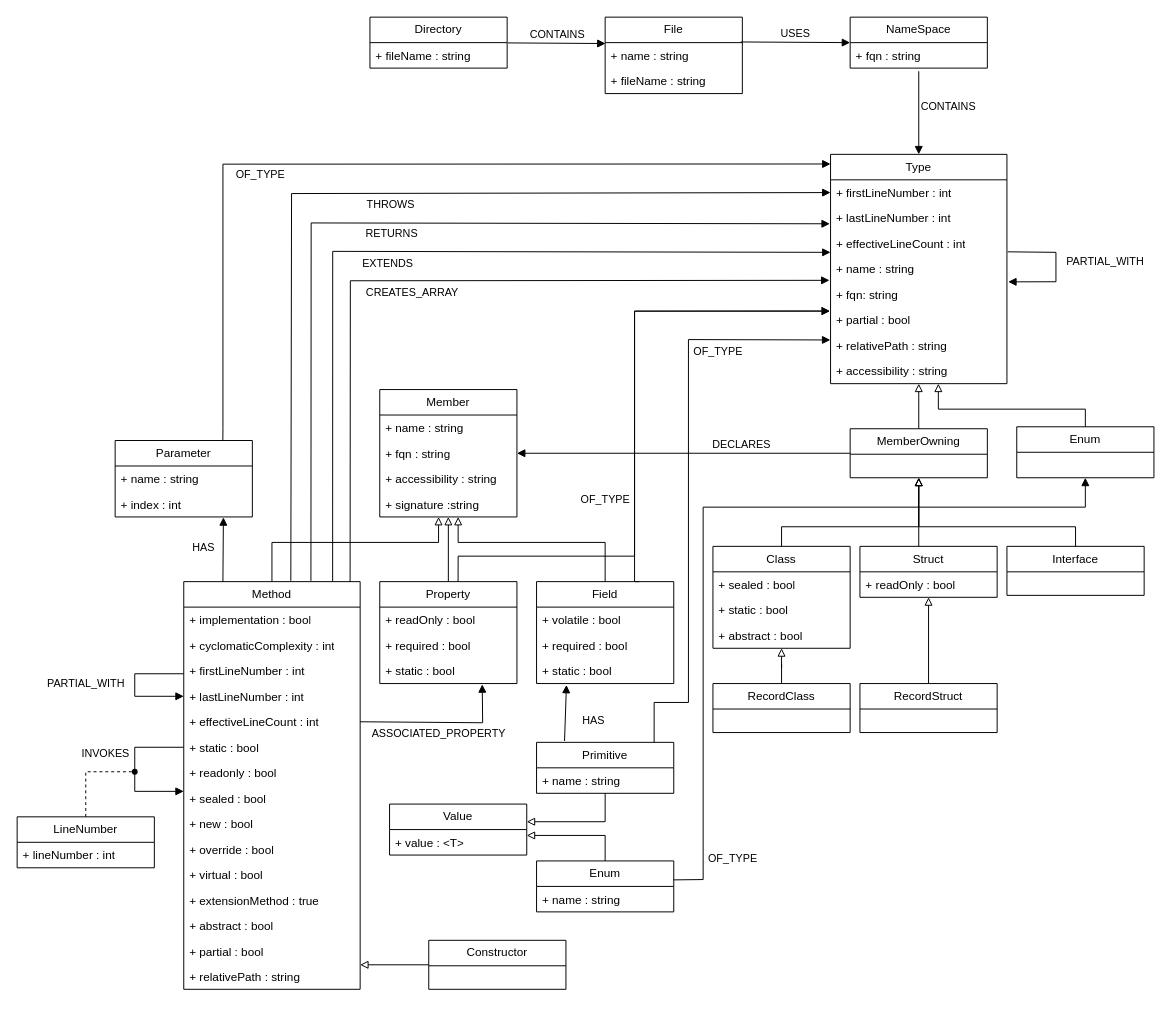
kontext-e/jqa-csharp-plugin keeps this draw.io diagram as drawio/DatabaseSchema.drawio. Above is the earlier version. Source tidied: cells renumbered, new cells numbered last; positions are measured from the earlier drawing's top-left corner, leaving out a move shared by most shapes. Both pictures are drawn from the tidied source at 98%, with x=0, y=0 at pixel (17, 17).
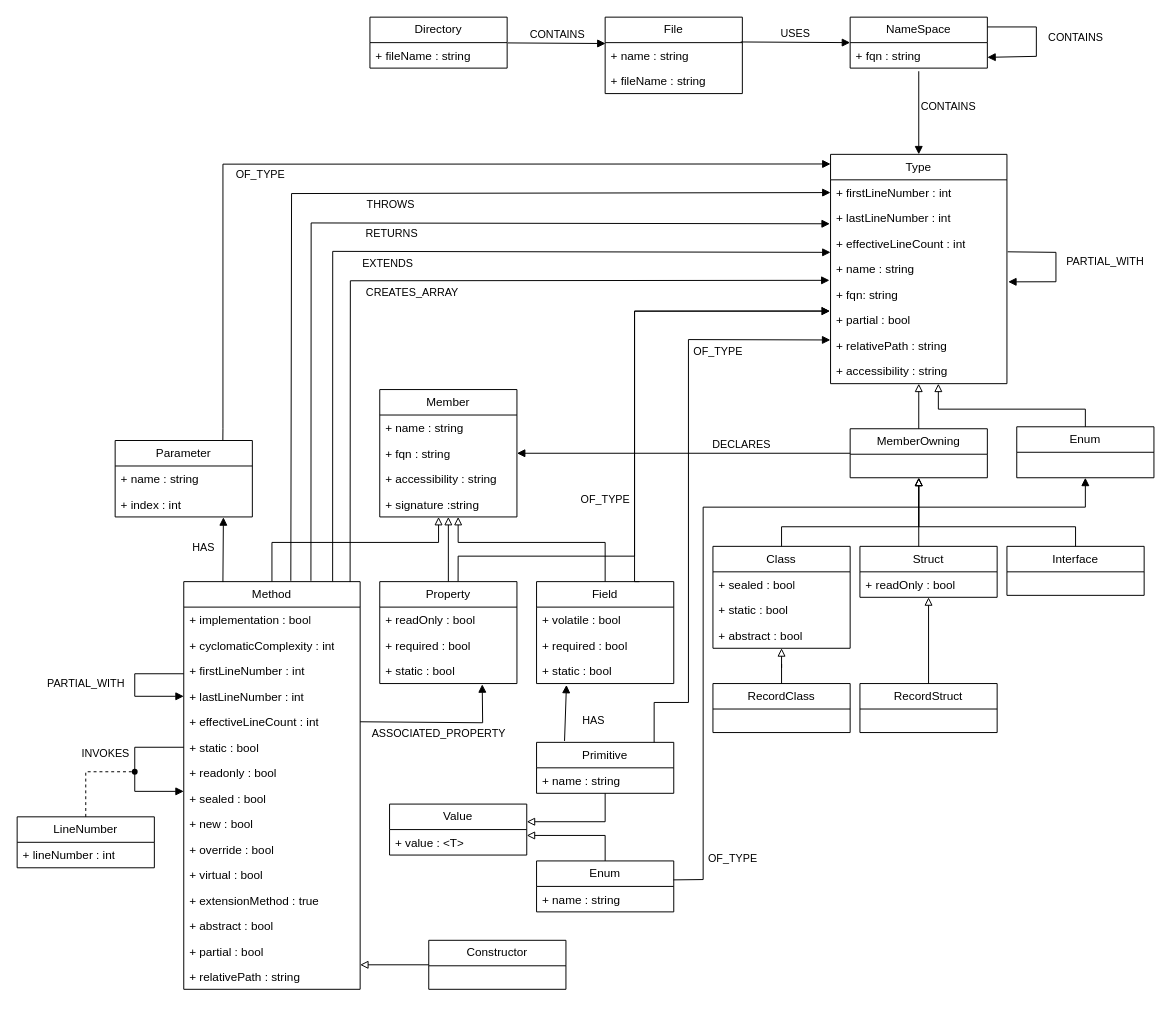
Above is the later version.

Change to the diagram source:
```diff
@@
+    <mxCell id="104" value="CONTAINS" style="html=1;verticalAlign=bottom;endArrow=block;curved=0;rounded=0;exitX=1.004;exitY=0.825;exitDx=0;exitDy=0;exitPerimeter=0;entryX=1.007;entryY=1.004;entryDx=0;entryDy=0;entryPerimeter=0;" parent="1" edge="1">
+      <mxGeometry x="0.08" y="40" relative="1" as="geometry">
+        <mxPoint x="990" y="10" as="sourcePoint" />
+        <mxPoint x="990" y="41" as="targetPoint" />
+        <Array as="points">
+          <mxPoint x="1040" y="10" />
+          <mxPoint x="1040" y="40" />
+        </Array>
+      </mxGeometry>
+    </mxCell>
```
